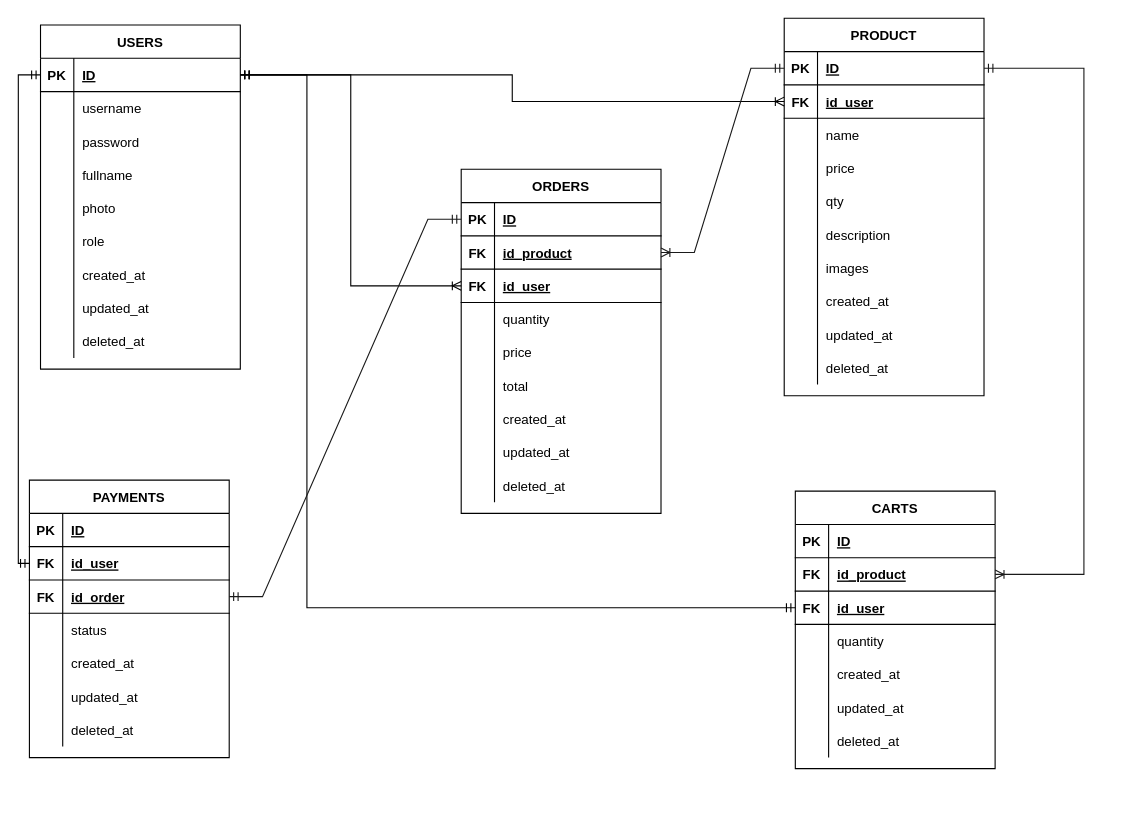
This is erd/ecommerce.drawio from Project3-Golang/commerce-app, a draw.io file, before an edit. Source tidied: cells renumbered, new cells numbered last; positions are measured from the earlier drawing's top-left corner, leaving out a move shared by most shapes. Both pictures are drawn from the tidied source at 111%, with x=0, y=0 at pixel (29, 18).
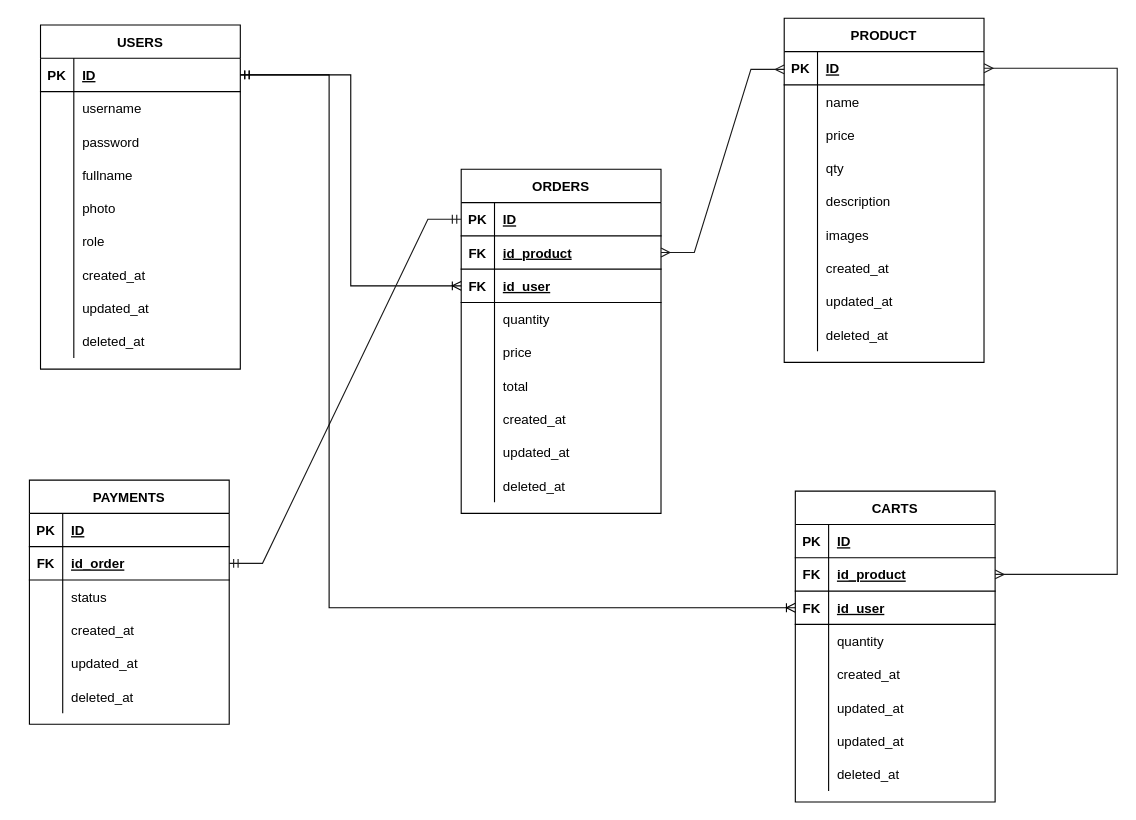
Above is the later version.

The change refers to these unchanged cells:
```xml
<mxCell id="3" style="shape=tableRow;horizontal=0;startSize=0;swimlaneHead=0;swimlaneBody=0;fillColor=none;points=[[0,0.5],[1,0.5]];portConstraint=eastwest;top=0;left=0;right=0;bottom=1;" parent="2" vertex="1">
  <mxGeometry y="30" width="180" height="30" as="geometry" />
</mxCell>
<mxCell id="34" style="shape=tableRow;horizontal=0;startSize=0;swimlaneHead=0;swimlaneBody=0;fillColor=none;points=[[0,0.5],[1,0.5]];portConstraint=eastwest;top=0;left=0;right=0;bottom=1;" parent="33" vertex="1">
  <mxGeometry y="30" width="180" height="30" as="geometry" />
</mxCell>
<mxCell id="65" style="shape=tableRow;horizontal=0;startSize=0;swimlaneHead=0;swimlaneBody=0;fillColor=none;points=[[0,0.5],[1,0.5]];portConstraint=eastwest;top=0;left=0;right=0;bottom=1;" parent="61" vertex="1">
  <mxGeometry y="60" width="180" height="30" as="geometry" />
</mxCell>
<mxCell id="68" style="shape=tableRow;horizontal=0;startSize=0;swimlaneHead=0;swimlaneBody=0;fillColor=none;points=[[0,0.5],[1,0.5]];portConstraint=eastwest;top=0;left=0;right=0;bottom=1;" parent="61" vertex="1">
  <mxGeometry y="90" width="180" height="30" as="geometry" />
</mxCell>
<mxCell id="88" style="shape=tableRow;horizontal=0;startSize=0;swimlaneHead=0;swimlaneBody=0;fillColor=none;points=[[0,0.5],[1,0.5]];portConstraint=eastwest;top=0;left=0;right=0;bottom=1;" parent="84" vertex="1">
  <mxGeometry y="60" width="180" height="30" as="geometry" />
</mxCell>
```

Change to the diagram source:
```diff
@@
     <mxCell id="2" value="PRODUCT" style="shape=table;startSize=30;childLayout=tableLayout;rowLines=0;fontStyle=1;align=center;" parent="1" vertex="1">
-      <mxGeometry x="680" width="180" height="340" as="geometry" />
+      <mxGeometry x="680" width="180" height="310" as="geometry" />
     </mxCell>
@@
-    <mxCell id="6" style="shape=tableRow;horizontal=0;startSize=0;swimlaneHead=0;swimlaneBody=0;fillColor=none;points=[[0,0.5],[1,0.5]];portConstraint=eastwest;top=0;left=0;right=0;bottom=1;" parent="2" vertex="1">
-      <mxGeometry y="60" width="180" height="30" as="geometry" />
-    </mxCell>
-    <mxCell id="7" value="FK" style="shape=partialRectangle;fillColor=none;top=0;left=0;bottom=0;right=0;fontStyle=1;overflow=hidden;" parent="6" vertex="1">
-      <mxGeometry width="30" height="30" as="geometry" />
-    </mxCell>
-    <mxCell id="8" value="id_user" style="shape=partialRectangle;fillColor=none;top=0;left=0;bottom=0;right=0;align=left;spacingLeft=6;fontStyle=5;overflow=hidden;" parent="6" vertex="1">
-      <mxGeometry x="30" width="150" height="30" as="geometry" />
-    </mxCell>
     <mxCell id="9" style="shape=tableRow;horizontal=0;startSize=0;swimlaneHead=0;swimlaneBody=0;fillColor=none;top=0;left=0;right=0;bottom=0;" parent="2" vertex="1">
-      <mxGeometry y="90" width="180" height="30" as="geometry" />
+      <mxGeometry y="60" width="180" height="30" as="geometry" />
     </mxCell>
@@
     <mxCell id="12" style="shape=tableRow;horizontal=0;startSize=0;swimlaneHead=0;swimlaneBody=0;fillColor=none;top=0;left=0;right=0;bottom=0;" parent="2" vertex="1">
-      <mxGeometry y="120" width="180" height="30" as="geometry" />
+      <mxGeometry y="90" width="180" height="30" as="geometry" />
     </mxCell>
@@
     <mxCell id="15" style="shape=tableRow;horizontal=0;startSize=0;swimlaneHead=0;swimlaneBody=0;fillColor=none;top=0;left=0;right=0;bottom=0;" parent="2" vertex="1">
-      <mxGeometry y="150" width="180" height="30" as="geometry" />
+      <mxGeometry y="120" width="180" height="30" as="geometry" />
     </mxCell>
@@
     <mxCell id="18" style="shape=tableRow;horizontal=0;startSize=0;swimlaneHead=0;swimlaneBody=0;fillColor=none;top=0;left=0;right=0;bottom=0;" parent="2" vertex="1">
-      <mxGeometry y="180" width="180" height="30" as="geometry" />
+      <mxGeometry y="150" width="180" height="30" as="geometry" />
     </mxCell>
@@
     <mxCell id="21" style="shape=tableRow;horizontal=0;startSize=0;swimlaneHead=0;swimlaneBody=0;fillColor=none;top=0;left=0;right=0;bottom=0;" parent="2" vertex="1">
-      <mxGeometry y="210" width="180" height="30" as="geometry" />
+      <mxGeometry y="180" width="180" height="30" as="geometry" />
     </mxCell>
@@
     <mxCell id="24" style="shape=tableRow;horizontal=0;startSize=0;swimlaneHead=0;swimlaneBody=0;fillColor=none;top=0;left=0;right=0;bottom=0;" parent="2" vertex="1">
-      <mxGeometry y="240" width="180" height="30" as="geometry" />
+      <mxGeometry y="210" width="180" height="30" as="geometry" />
     </mxCell>
@@
     <mxCell id="27" style="shape=tableRow;horizontal=0;startSize=0;swimlaneHead=0;swimlaneBody=0;fillColor=none;top=0;left=0;right=0;bottom=0;" parent="2" vertex="1">
-      <mxGeometry y="270" width="180" height="30" as="geometry" />
+      <mxGeometry y="240" width="180" height="30" as="geometry" />
     </mxCell>
@@
     <mxCell id="30" style="shape=tableRow;horizontal=0;startSize=0;swimlaneHead=0;swimlaneBody=0;fillColor=none;top=0;left=0;right=0;bottom=0;" parent="2" vertex="1">
-      <mxGeometry y="300" width="180" height="30" as="geometry" />
+      <mxGeometry y="270" width="180" height="30" as="geometry" />
     </mxCell>
@@
     <mxCell id="61" value="CARTS" style="shape=table;startSize=30;childLayout=tableLayout;rowLines=0;fontStyle=1;align=center;" parent="1" vertex="1">
-      <mxGeometry x="690" y="426" width="180" height="250" as="geometry" />
+      <mxGeometry x="690" y="426" width="180" height="280" as="geometry" />
     </mxCell>
@@
+    <mxCell id="140" style="shape=tableRow;horizontal=0;startSize=0;swimlaneHead=0;swimlaneBody=0;fillColor=none;top=0;left=0;right=0;bottom=0;" parent="61" vertex="1">
+      <mxGeometry y="180" width="180" height="30" as="geometry" />
+    </mxCell>
+    <mxCell id="141" style="shape=partialRectangle;fillColor=none;top=0;left=0;bottom=0;right=0;overflow=hidden;" parent="140" vertex="1">
+      <mxGeometry width="30" height="30" as="geometry" />
+    </mxCell>
+    <mxCell id="142" value="updated_at" style="shape=partialRectangle;fillColor=none;top=0;left=0;bottom=0;right=0;align=left;spacingLeft=6;overflow=hidden;" parent="140" vertex="1">
+      <mxGeometry x="30" width="150" height="30" as="geometry" />
+    </mxCell>
     <mxCell id="77" style="shape=tableRow;horizontal=0;startSize=0;swimlaneHead=0;swimlaneBody=0;fillColor=none;top=0;left=0;right=0;bottom=0;" parent="61" vertex="1">
-      <mxGeometry y="180" width="180" height="30" as="geometry" />
+      <mxGeometry y="210" width="180" height="30" as="geometry" />
     </mxCell>
@@
     <mxCell id="80" style="shape=tableRow;horizontal=0;startSize=0;swimlaneHead=0;swimlaneBody=0;fillColor=none;top=0;left=0;right=0;bottom=0;" parent="61" vertex="1">
-      <mxGeometry y="210" width="180" height="30" as="geometry" />
+      <mxGeometry y="240" width="180" height="30" as="geometry" />
     </mxCell>
@@
-    <mxCell id="83" style="edgeStyle=orthogonalEdgeStyle;fontSize=12;html=1;endArrow=ERoneToMany;startArrow=ERmandOne;rounded=0;exitX=1;exitY=0.5;exitDx=0;exitDy=0;entryX=0;entryY=0.5;entryDx=0;entryDy=0;" parent="1" edge="1" source="34" target="6">
-      <mxGeometry relative="1" as="geometry" />
-    </mxCell>
@@
     <mxCell id="112" value="PAYMENTS" style="shape=table;startSize=30;childLayout=tableLayout;rowLines=0;fontStyle=1;align=center;" parent="1" vertex="1">
-      <mxGeometry y="416" width="180" height="250" as="geometry" />
+      <mxGeometry y="416" width="180" height="220" as="geometry" />
     </mxCell>
@@
-    <mxCell id="116" style="shape=tableRow;horizontal=0;startSize=0;swimlaneHead=0;swimlaneBody=0;fillColor=none;points=[[0,0.5],[1,0.5]];portConstraint=eastwest;top=0;left=0;right=0;bottom=1;" parent="112" vertex="1">
-      <mxGeometry y="60" width="180" height="30" as="geometry" />
-    </mxCell>
-    <mxCell id="117" value="FK" style="shape=partialRectangle;fillColor=none;top=0;left=0;bottom=0;right=0;fontStyle=1;overflow=hidden;" parent="116" vertex="1">
-      <mxGeometry width="30" height="30" as="geometry" />
-    </mxCell>
-    <mxCell id="118" value="id_user" style="shape=partialRectangle;fillColor=none;top=0;left=0;bottom=0;right=0;align=left;spacingLeft=6;fontStyle=5;overflow=hidden;" parent="116" vertex="1">
-      <mxGeometry x="30" width="150" height="30" as="geometry" />
-    </mxCell>
     <mxCell id="119" style="shape=tableRow;horizontal=0;startSize=0;swimlaneHead=0;swimlaneBody=0;fillColor=none;points=[[0,0.5],[1,0.5]];portConstraint=eastwest;top=0;left=0;right=0;bottom=1;" parent="112" vertex="1">
-      <mxGeometry y="90" width="180" height="30" as="geometry" />
+      <mxGeometry y="60" width="180" height="30" as="geometry" />
     </mxCell>
@@
     <mxCell id="122" style="shape=tableRow;horizontal=0;startSize=0;swimlaneHead=0;swimlaneBody=0;fillColor=none;top=0;left=0;right=0;bottom=0;" parent="112" vertex="1">
-      <mxGeometry y="120" width="180" height="30" as="geometry" />
+      <mxGeometry y="90" width="180" height="30" as="geometry" />
     </mxCell>
@@
     <mxCell id="125" style="shape=tableRow;horizontal=0;startSize=0;swimlaneHead=0;swimlaneBody=0;fillColor=none;top=0;left=0;right=0;bottom=0;" parent="112" vertex="1">
-      <mxGeometry y="150" width="180" height="30" as="geometry" />
+      <mxGeometry y="120" width="180" height="30" as="geometry" />
     </mxCell>
@@
     <mxCell id="128" style="shape=tableRow;horizontal=0;startSize=0;swimlaneHead=0;swimlaneBody=0;fillColor=none;top=0;left=0;right=0;bottom=0;" parent="112" vertex="1">
-      <mxGeometry y="180" width="180" height="30" as="geometry" />
+      <mxGeometry y="150" width="180" height="30" as="geometry" />
     </mxCell>
@@
     <mxCell id="131" style="shape=tableRow;horizontal=0;startSize=0;swimlaneHead=0;swimlaneBody=0;fillColor=none;top=0;left=0;right=0;bottom=0;" parent="112" vertex="1">
-      <mxGeometry y="210" width="180" height="30" as="geometry" />
+      <mxGeometry y="180" width="180" height="30" as="geometry" />
     </mxCell>
@@
-    <mxCell id="134" style="edgeStyle=orthogonalEdgeStyle;fontSize=12;html=1;endArrow=ERmandOne;startArrow=ERmandOne;rounded=0;entryX=0;entryY=0.5;entryDx=0;entryDy=0;exitX=0;exitY=0.5;exitDx=0;exitDy=0;" parent="1" edge="1" source="116" target="34">
-      <mxGeometry relative="1" as="geometry" />
-    </mxCell>
-    <mxCell id="135" style="edgeStyle=orthogonalEdgeStyle;fontSize=12;html=1;endArrow=ERmandOne;startArrow=ERmandOne;rounded=0;entryX=1;entryY=0.5;entryDx=0;entryDy=0;exitX=0;exitY=0.5;exitDx=0;exitDy=0;" parent="1" edge="1" source="68" target="34">
-      <mxGeometry relative="1" as="geometry">
-        <Array as="points">
-          <mxPoint x="250" y="531" />
-          <mxPoint x="250" y="51" />
-        </Array>
-      </mxGeometry>
-    </mxCell>
@@
-    <mxCell id="137" style="edgeStyle=orthogonalEdgeStyle;fontSize=12;html=1;endArrow=ERoneToMany;startArrow=ERmandOne;rounded=0;strokeColor=#1A1A1A;exitX=1;exitY=0.5;exitDx=0;exitDy=0;entryX=1;entryY=0.5;entryDx=0;entryDy=0;" parent="1" edge="1" source="3" target="65">
-      <mxGeometry relative="1" as="geometry">
-        <Array as="points">
-          <mxPoint x="950" y="45" />
-          <mxPoint x="950" y="501" />
-        </Array>
-      </mxGeometry>
-    </mxCell>
-    <mxCell id="138" style="edgeStyle=entityRelationEdgeStyle;fontSize=12;html=1;endArrow=ERoneToMany;startArrow=ERmandOne;rounded=0;strokeColor=#1A1A1A;exitX=0;exitY=0.5;exitDx=0;exitDy=0;entryX=1;entryY=0.5;entryDx=0;entryDy=0;" parent="1" edge="1" source="3" target="88">
-      <mxGeometry relative="1" as="geometry" />
-    </mxCell>
@@
+    <mxCell id="143" style="edgeStyle=entityRelationEdgeStyle;fontSize=12;html=1;endArrow=ERmany;startArrow=ERmany;rounded=0;strokeColor=#1A1A1A;exitX=1;exitY=0.5;exitDx=0;exitDy=0;" parent="1" edge="1" source="88">
+      <mxGeometry relative="1" as="geometry">
+        <mxPoint x="680" y="46" as="targetPoint" />
+      </mxGeometry>
+    </mxCell>
+    <mxCell id="144" style="edgeStyle=orthogonalEdgeStyle;fontSize=12;html=1;endArrow=ERmany;startArrow=ERmany;rounded=0;strokeColor=#1A1A1A;exitX=1;exitY=0.5;exitDx=0;exitDy=0;entryX=1;entryY=0.5;entryDx=0;entryDy=0;" parent="1" edge="1" source="65" target="3">
+      <mxGeometry relative="1" as="geometry">
+        <Array as="points">
+          <mxPoint x="980" y="501" />
+          <mxPoint x="980" y="45" />
+        </Array>
+      </mxGeometry>
+    </mxCell>
+    <mxCell id="145" style="edgeStyle=orthogonalEdgeStyle;fontSize=12;html=1;endArrow=ERoneToMany;startArrow=ERmandOne;rounded=0;entryX=0;entryY=0.5;entryDx=0;entryDy=0;exitX=1;exitY=0.5;exitDx=0;exitDy=0;" parent="1" edge="1" source="34" target="68">
+      <mxGeometry relative="1" as="geometry">
+        <Array as="points">
+          <mxPoint x="270" y="51" />
+          <mxPoint x="270" y="531" />
+        </Array>
+      </mxGeometry>
+    </mxCell>
```
